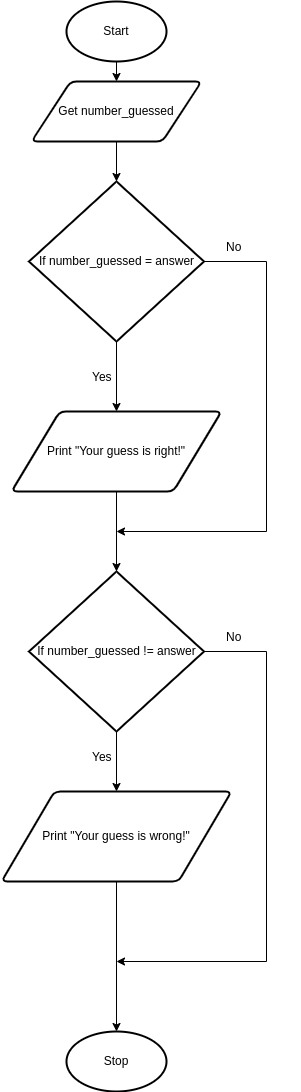
This is design.number_guess.flowchart.png from Yiyun-Qin/ICS3U-Unit3-02-Python, a draw.io export, as it was before one commit. Source tidied: cells renumbered, new cells last; positions are measured from the earlier drawing's top-left corner, leaving out a move shared by most shapes.
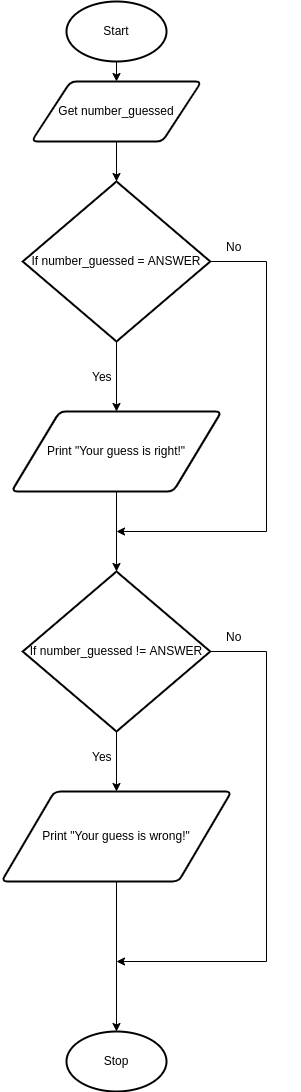
The same file after the commit.

Diff of the diagram source:
```diff
@@ -35,8 +35,8 @@
         </Array>
       </mxGeometry>
     </mxCell>
-    <mxCell id="11" value="If number_guessed = answer" style="strokeWidth=2;html=1;shape=mxgraph.flowchart.decision;whiteSpace=wrap;" parent="1" vertex="1">
-      <mxGeometry x="27.5" y="180" width="175" height="160" as="geometry" />
+    <mxCell id="11" value="If number_guessed = ANSWER" style="strokeWidth=2;html=1;shape=mxgraph.flowchart.decision;whiteSpace=wrap;" parent="1" vertex="1">
+      <mxGeometry x="21.2" y="180" width="187.5" height="160" as="geometry" />
     </mxCell>
     <mxCell id="12" value="Yes" style="text;strokeColor=none;fillColor=none;align=left;verticalAlign=middle;spacingLeft=4;spacingRight=4;overflow=hidden;" parent="1" vertex="1">
       <mxGeometry x="85" y="360" width="37.5" height="30" as="geometry" />
@@ -62,8 +62,8 @@
         </Array>
       </mxGeometry>
     </mxCell>
-    <mxCell id="18" value="If number_guessed != answer" style="strokeWidth=2;html=1;shape=mxgraph.flowchart.decision;whiteSpace=wrap;" parent="1" vertex="1">
-      <mxGeometry x="27.5" y="570" width="175" height="160" as="geometry" />
+    <mxCell id="18" value="If number_guessed != ANSWER" style="strokeWidth=2;html=1;shape=mxgraph.flowchart.decision;whiteSpace=wrap;" parent="1" vertex="1">
+      <mxGeometry x="21.2" y="570" width="187.5" height="160" as="geometry" />
     </mxCell>
     <mxCell id="19" value="Yes" style="text;strokeColor=none;fillColor=none;align=left;verticalAlign=middle;spacingLeft=4;spacingRight=4;overflow=hidden;" parent="1" vertex="1">
       <mxGeometry x="85" y="740" width="37.5" height="30" as="geometry" />
```
